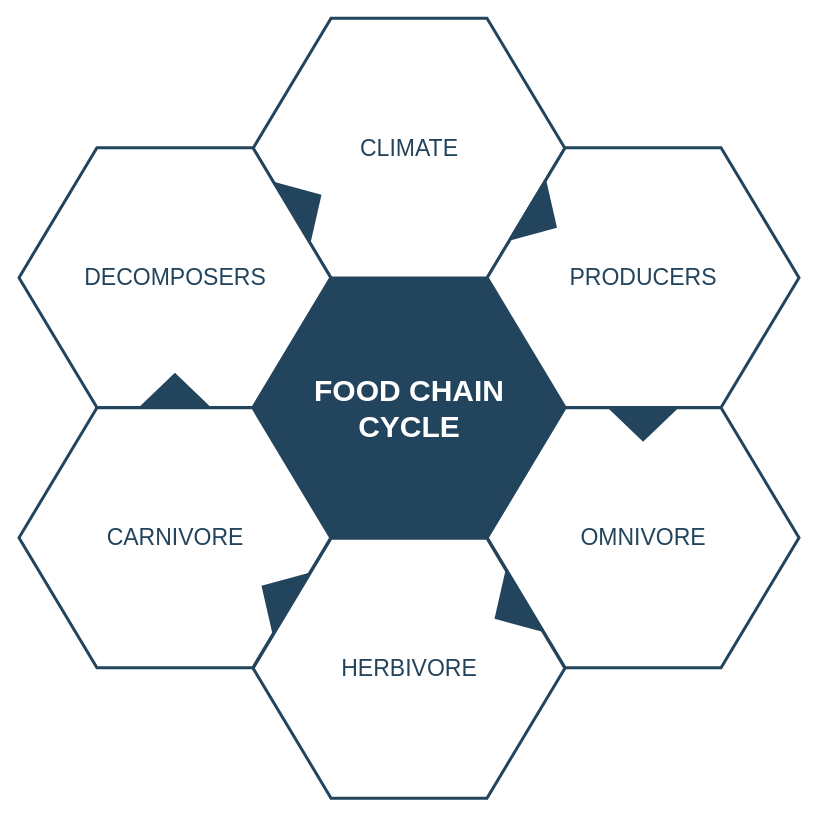
This is ad.drawio from longfq/draw.io, a draw.io file, before an edit. Source tidied: cells renumbered, new cells numbered last; positions are measured from the earlier drawing's top-left corner, leaving out a move shared by most shapes. Both pictures are drawn from the tidied source at 100%, with x=0, y=0 at pixel (18, 18).
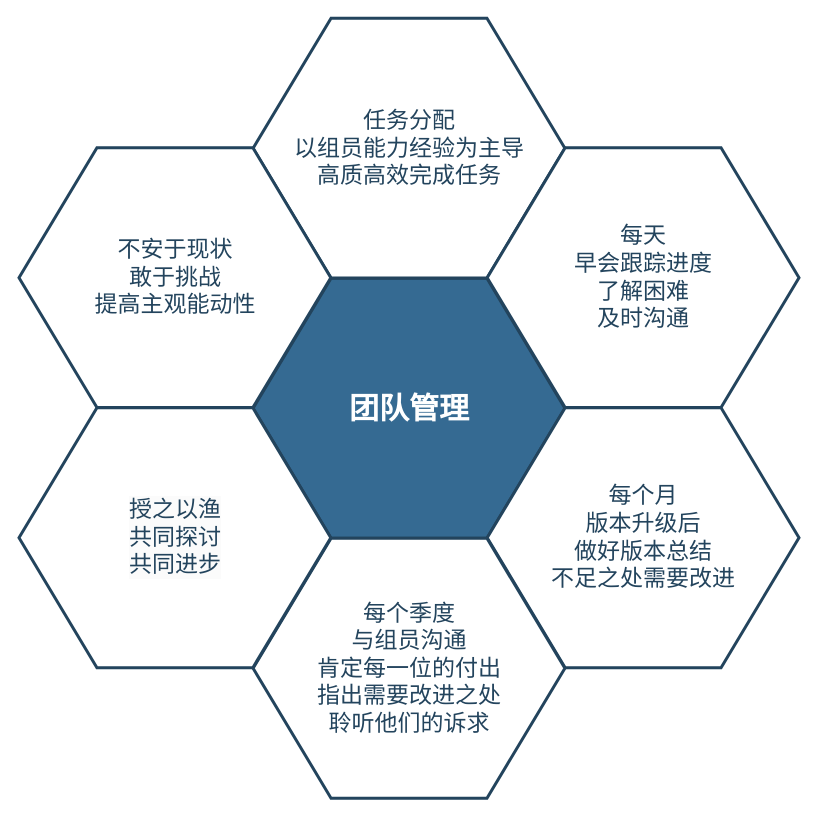
Above is the later version.

What changed in the source:
```diff
@@
 <mxGraphModel>
   <root>
     <mxCell id="0" />
     <mxCell id="1" parent="0" />
-    <mxCell id="2" value="&lt;font style=&quot;font-size: 30px&quot; color=&quot;#ffffff&quot;&gt;&lt;b&gt;&lt;span&gt;FOOD CHAIN&lt;/span&gt;&lt;br&gt;&lt;span&gt;CYCLE&lt;/span&gt;&lt;/b&gt;&lt;/font&gt;&lt;br&gt;" style="shape=hexagon;perimeter=hexagonPerimeter2;whiteSpace=wrap;html=1;shadow=0;labelBackgroundColor=none;strokeColor=#23445D;fillColor=#23445D;gradientColor=none;fontFamily=Helvetica;fontSize=23;fontColor=#23445d;align=center;strokeWidth=3;" parent="1" vertex="1">
+    <mxCell id="2" value="&lt;font color=&quot;#ffffff&quot;&gt;&lt;span style=&quot;font-size: 30px;&quot;&gt;&lt;b&gt;团队管理&lt;/b&gt;&lt;/span&gt;&lt;/font&gt;" style="shape=hexagon;perimeter=hexagonPerimeter2;whiteSpace=wrap;html=1;shadow=0;labelBackgroundColor=none;strokeColor=#23445D;fillColor=#356a92;gradientColor=none;fontFamily=Helvetica;fontSize=23;fontColor=#23445d;align=center;strokeWidth=3;" parent="1" vertex="1">
       <mxGeometry x="234.6" y="259.8" width="311.8" height="259.9" as="geometry" />
     </mxCell>
     <mxCell id="3" style="triangle;whiteSpace=wrap;html=1;shadow=0;labelBackgroundColor=none;strokeColor=none;fillColor=#FFFFFF;fontFamily=Helvetica;fontSize=17;fontColor=#23445d;align=center;rotation=90;gradientColor=none;flipV=1;flipH=1;opacity=20;" parent="1" vertex="1">
       <mxGeometry x="115.5" y="277.7" width="72" height="152" as="geometry" />
     </mxCell>
-    <mxCell id="4" value="&lt;font style=&quot;font-size: 23px&quot;&gt;CLIMATE&lt;/font&gt;" style="shape=hexagon;perimeter=hexagonPerimeter2;whiteSpace=wrap;html=1;shadow=0;labelBackgroundColor=none;strokeColor=#23445D;fillColor=#ffffff;gradientColor=none;fontFamily=Helvetica;fontSize=23;fontColor=#23445D;align=center;strokeWidth=3;" parent="1" vertex="1">
+    <mxCell id="4" value="任务分配&lt;div&gt;以组员能力经验为主导&lt;/div&gt;&lt;div&gt;高质高效完成任务&lt;/div&gt;" style="shape=hexagon;perimeter=hexagonPerimeter2;whiteSpace=wrap;html=1;shadow=0;labelBackgroundColor=none;strokeColor=#23445D;fillColor=#ffffff;gradientColor=none;fontFamily=Helvetica;fontSize=23;fontColor=#23445D;align=center;strokeWidth=3;" parent="1" vertex="1">
       <mxGeometry x="234.6" y="-0.3" width="311.8" height="259.9" as="geometry" />
     </mxCell>
-    <mxCell id="5" value="&lt;font style=&quot;font-size: 23px&quot;&gt;PRODUCERS&lt;/font&gt;" style="shape=hexagon;perimeter=hexagonPerimeter2;whiteSpace=wrap;html=1;shadow=0;labelBackgroundColor=none;strokeColor=#23445D;fillColor=#FFFFFF;gradientColor=none;fontFamily=Helvetica;fontSize=23;fontColor=#23445d;align=center;strokeWidth=3;" parent="1" vertex="1">
+    <mxCell id="5" value="&lt;font style=&quot;font-size: 23px&quot;&gt;每天&lt;/font&gt;&lt;div&gt;&lt;font style=&quot;font-size: 23px&quot;&gt;早会&lt;/font&gt;&lt;font style=&quot;background-color: initial;&quot;&gt;跟踪进度&lt;/font&gt;&lt;/div&gt;&lt;div&gt;&lt;span style=&quot;background-color: initial;&quot;&gt;了解困难&lt;br&gt;&lt;/span&gt;&lt;/div&gt;&lt;div&gt;&lt;span style=&quot;background-color: initial;&quot;&gt;及时沟通&lt;/span&gt;&lt;/div&gt;" style="shape=hexagon;perimeter=hexagonPerimeter2;whiteSpace=wrap;html=1;shadow=0;labelBackgroundColor=none;strokeColor=#23445D;fillColor=#FFFFFF;gradientColor=none;fontFamily=Helvetica;fontSize=23;fontColor=#23445d;align=center;strokeWidth=3;" parent="1" vertex="1">
       <mxGeometry x="468.7" y="129.2" width="311.8" height="259.9" as="geometry" />
     </mxCell>
-    <mxCell id="6" value="&lt;font style=&quot;font-size: 23px&quot;&gt;OMNIVORE&lt;/font&gt;" style="shape=hexagon;perimeter=hexagonPerimeter2;whiteSpace=wrap;html=1;shadow=0;labelBackgroundColor=none;strokeColor=#23445D;fillColor=#FFFFFF;gradientColor=none;fontFamily=Helvetica;fontSize=23;fontColor=#23445d;align=center;strokeWidth=3;" parent="1" vertex="1">
+    <mxCell id="6" value="&lt;font style=&quot;font-size: 23px&quot;&gt;每个月&lt;/font&gt;&lt;div&gt;&lt;font style=&quot;font-size: 23px&quot;&gt;版本升级后&lt;/font&gt;&lt;/div&gt;&lt;div&gt;做好版本总结&lt;/div&gt;&lt;div&gt;不足之处需要改进&lt;/div&gt;" style="shape=hexagon;perimeter=hexagonPerimeter2;whiteSpace=wrap;html=1;shadow=0;labelBackgroundColor=none;strokeColor=#23445D;fillColor=#FFFFFF;gradientColor=none;fontFamily=Helvetica;fontSize=23;fontColor=#23445d;align=center;strokeWidth=3;" parent="1" vertex="1">
       <mxGeometry x="468.7" y="389.3" width="311.8" height="259.9" as="geometry" />
     </mxCell>
-    <mxCell id="7" value="&lt;font style=&quot;font-size: 23px&quot;&gt;HERBIVORE&lt;/font&gt;" style="shape=hexagon;perimeter=hexagonPerimeter2;whiteSpace=wrap;html=1;shadow=0;labelBackgroundColor=none;strokeColor=#23445D;fillColor=#FFFFFF;gradientColor=none;fontFamily=Helvetica;fontSize=23;fontColor=#23445d;align=center;strokeWidth=3;" parent="1" vertex="1">
+    <mxCell id="7" value="每个季度&lt;div&gt;与组员沟通&lt;/div&gt;&lt;div&gt;肯定每一位的付出&lt;/div&gt;&lt;div&gt;指出需要改进之处&lt;/div&gt;&lt;div&gt;聆听他们的诉求&lt;/div&gt;" style="shape=hexagon;perimeter=hexagonPerimeter2;whiteSpace=wrap;html=1;shadow=0;labelBackgroundColor=none;strokeColor=#23445D;fillColor=#FFFFFF;gradientColor=none;fontFamily=Helvetica;fontSize=23;fontColor=#23445d;align=center;strokeWidth=3;" parent="1" vertex="1">
       <mxGeometry x="234.6" y="519.8" width="311.8" height="259.9" as="geometry" />
     </mxCell>
-    <mxCell id="8" value="&lt;font style=&quot;font-size: 23px&quot;&gt;CARNIVORE&lt;/font&gt;" style="shape=hexagon;perimeter=hexagonPerimeter2;whiteSpace=wrap;html=1;shadow=0;labelBackgroundColor=none;strokeColor=#23445D;fillColor=#FFFFFF;gradientColor=none;fontFamily=Helvetica;fontSize=23;fontColor=#23445d;align=center;strokeWidth=3;" parent="1" vertex="1">
+    <mxCell id="8" value="&lt;br&gt;&lt;div style=&quot;forced-color-adjust: none; color: rgb(35, 68, 93); font-family: Helvetica; font-size: 23px; font-style: normal; font-variant-ligatures: normal; font-variant-caps: normal; font-weight: 400; letter-spacing: normal; orphans: 2; text-align: center; text-indent: 0px; text-transform: none; widows: 2; word-spacing: 0px; -webkit-text-stroke-width: 0px; white-space: normal; background-color: rgb(251, 251, 251); text-decoration-thickness: initial; text-decoration-style: initial; text-decoration-color: initial;&quot;&gt;授之以渔&lt;/div&gt;&lt;div style=&quot;forced-color-adjust: none; color: rgb(35, 68, 93); font-family: Helvetica; font-size: 23px; font-style: normal; font-variant-ligatures: normal; font-variant-caps: normal; font-weight: 400; letter-spacing: normal; orphans: 2; text-align: center; text-indent: 0px; text-transform: none; widows: 2; word-spacing: 0px; -webkit-text-stroke-width: 0px; white-space: normal; background-color: rgb(251, 251, 251); text-decoration-thickness: initial; text-decoration-style: initial; text-decoration-color: initial;&quot;&gt;共同探讨&lt;/div&gt;&lt;div style=&quot;forced-color-adjust: none; color: rgb(35, 68, 93); font-family: Helvetica; font-size: 23px; font-style: normal; font-variant-ligatures: normal; font-variant-caps: normal; font-weight: 400; letter-spacing: normal; orphans: 2; text-align: center; text-indent: 0px; text-transform: none; widows: 2; word-spacing: 0px; -webkit-text-stroke-width: 0px; white-space: normal; background-color: rgb(251, 251, 251); text-decoration-thickness: initial; text-decoration-style: initial; text-decoration-color: initial;&quot;&gt;共同进步&lt;/div&gt;&lt;div&gt;&lt;br/&gt;&lt;/div&gt;" style="shape=hexagon;perimeter=hexagonPerimeter2;whiteSpace=wrap;html=1;shadow=0;labelBackgroundColor=none;strokeColor=#23445D;fillColor=#FFFFFF;gradientColor=none;fontFamily=Helvetica;fontSize=23;fontColor=#23445d;align=center;strokeWidth=3;" parent="1" vertex="1">
       <mxGeometry x="0.5" y="389.3" width="311.8" height="259.9" as="geometry" />
     </mxCell>
-    <mxCell id="9" value="&lt;font style=&quot;font-size: 23px;&quot;&gt;DECOMPOSERS&lt;/font&gt;" style="shape=hexagon;perimeter=hexagonPerimeter2;whiteSpace=wrap;html=1;shadow=0;labelBackgroundColor=none;strokeColor=#23445D;fillColor=#ffffff;gradientColor=none;fontFamily=Helvetica;fontSize=23;fontColor=#23445D;align=center;strokeWidth=3;" parent="1" vertex="1">
+    <mxCell id="9" value="不安于现状&lt;div&gt;敢于挑战&lt;/div&gt;&lt;div&gt;提高主观能动性&lt;/div&gt;" style="shape=hexagon;perimeter=hexagonPerimeter2;whiteSpace=wrap;html=1;shadow=0;labelBackgroundColor=none;strokeColor=#23445D;fillColor=#ffffff;gradientColor=none;fontFamily=Helvetica;fontSize=23;fontColor=#23445D;align=center;strokeWidth=3;" parent="1" vertex="1">
       <mxGeometry x="0.5" y="129.2" width="311.8" height="259.9" as="geometry" />
     </mxCell>
-    <mxCell id="10" style="triangle;whiteSpace=wrap;html=1;shadow=0;labelBackgroundColor=none;strokeColor=none;fillColor=#23445D;fontFamily=Helvetica;fontSize=17;fontColor=#23445d;align=center;rotation=31;gradientColor=none;strokeWidth=3;" parent="1" vertex="1">
-      <mxGeometry x="506" y="163.7" width="35" height="73" as="geometry" />
-    </mxCell>
-    <mxCell id="11" style="triangle;whiteSpace=wrap;html=1;shadow=0;labelBackgroundColor=none;strokeColor=none;fillColor=#23445D;fontFamily=Helvetica;fontSize=17;fontColor=#23445d;align=center;rotation=31;gradientColor=none;flipH=1;strokeWidth=3;" parent="1" vertex="1">
-      <mxGeometry x="240.5" y="539.7" width="35" height="73" as="geometry" />
-    </mxCell>
-    <mxCell id="12" style="triangle;whiteSpace=wrap;html=1;shadow=0;labelBackgroundColor=none;strokeColor=none;fillColor=#23445D;fontFamily=Helvetica;fontSize=17;fontColor=#23445d;align=center;rotation=329;gradientColor=none;strokeWidth=3;" parent="1" vertex="1">
-      <mxGeometry x="270.5" y="148.7" width="35" height="73" as="geometry" />
-    </mxCell>
-    <mxCell id="13" style="triangle;whiteSpace=wrap;html=1;shadow=0;labelBackgroundColor=none;strokeColor=none;fillColor=#23445D;fontFamily=Helvetica;fontSize=17;fontColor=#23445d;align=center;rotation=329;gradientColor=none;flipH=1;strokeWidth=3;" parent="1" vertex="1">
-      <mxGeometry x="473.5" y="554.7" width="35" height="73" as="geometry" />
-    </mxCell>
-    <mxCell id="14" style="triangle;whiteSpace=wrap;html=1;shadow=0;labelBackgroundColor=none;strokeColor=none;fillColor=#23445D;fontFamily=Helvetica;fontSize=17;fontColor=#23445d;align=center;rotation=90;gradientColor=none;strokeWidth=3;" parent="1" vertex="1">
-      <mxGeometry x="607.1" y="369.2" width="35" height="73" as="geometry" />
-    </mxCell>
-    <mxCell id="15" style="triangle;whiteSpace=wrap;html=1;shadow=0;labelBackgroundColor=none;strokeColor=none;fillColor=#23445D;fontFamily=Helvetica;fontSize=17;fontColor=#23445d;align=center;rotation=90;gradientColor=none;flipH=1;strokeWidth=3;" parent="1" vertex="1">
-      <mxGeometry x="138.9" y="335.2" width="35" height="73" as="geometry" />
-    </mxCell>
   </root>
 </mxGraphModel>
```
